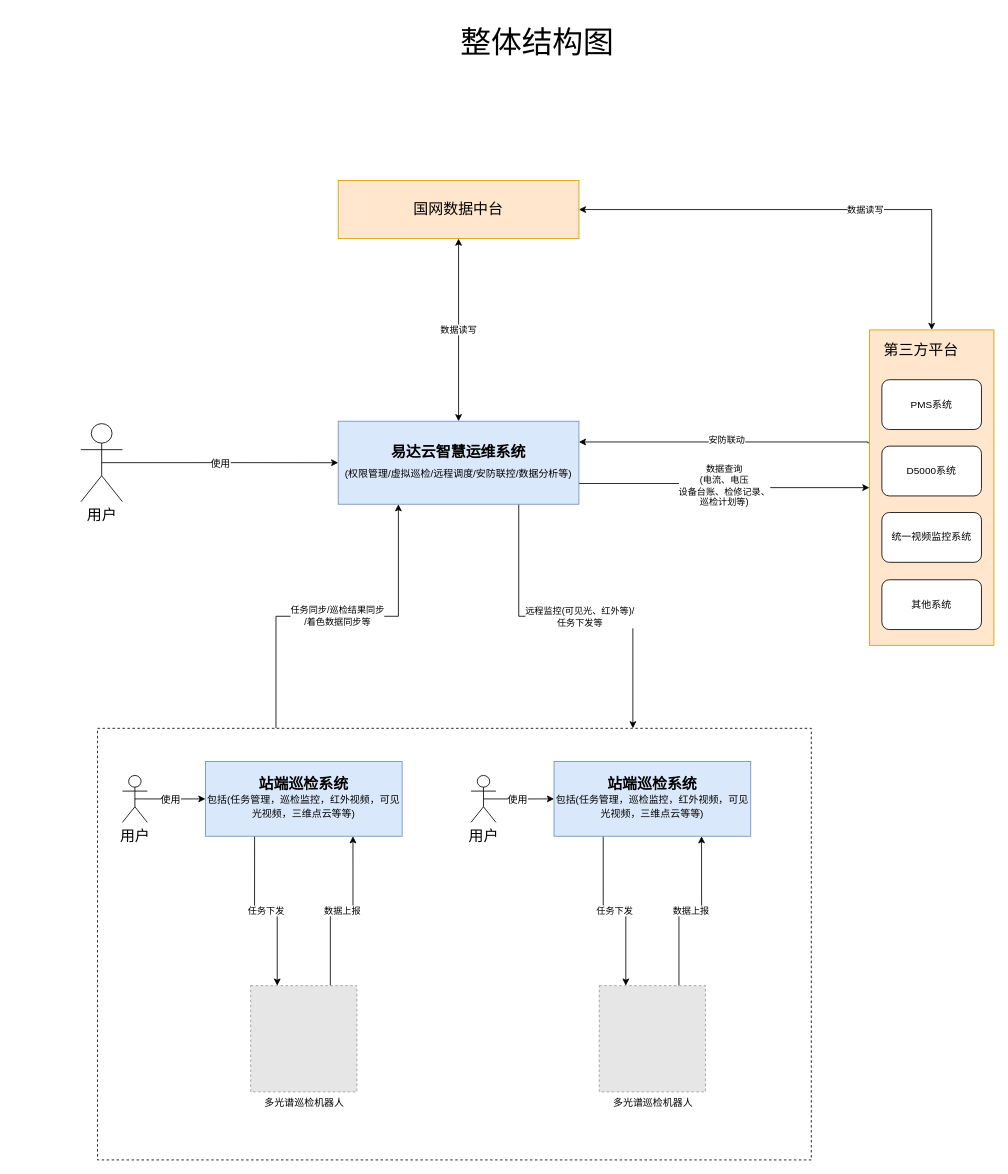
Earlier version of the draw.io diagram 西藏系统架构图.drawio (wangyufei0807/draw). Source tidied: cells renumbered, new cells numbered last; positions are measured from the earlier drawing's top-left corner, leaving out a move shared by most shapes. Both pictures are drawn from the tidied source at 83%, with x=0, y=0 at pixel (81, 14). Pictures stored in the file or linked from it are replaced by grey dashed boxes.
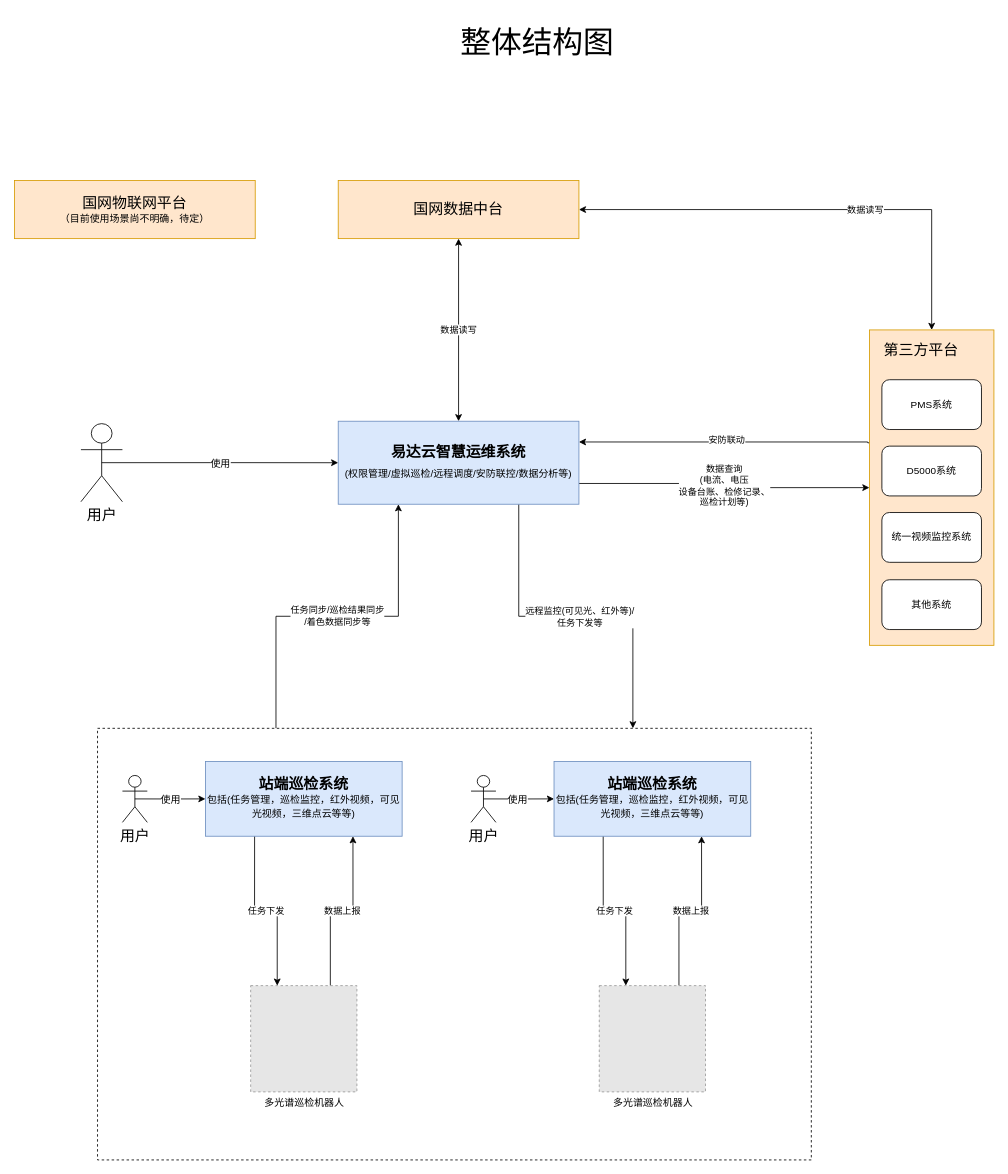
The same page after the edit.

Commit message:
更新西藏系统架构图.drawio

Change to the diagram source:
```diff
@@
+    <mxCell id="36" value="&lt;font&gt;&lt;span style=&quot;font-size: 18px&quot;&gt;国网物联网平台&lt;/span&gt;&lt;br&gt;&lt;font style=&quot;font-size: 12px&quot;&gt;（目前使用场景尚不明确，待定）&lt;/font&gt;&lt;br&gt;&lt;/font&gt;" style="rounded=0;whiteSpace=wrap;html=1;fillColor=#ffe6cc;strokeColor=#d79b00;" parent="1" vertex="1">
+      <mxGeometry x="-80" y="200" width="290" height="70" as="geometry" />
+    </mxCell>
```
